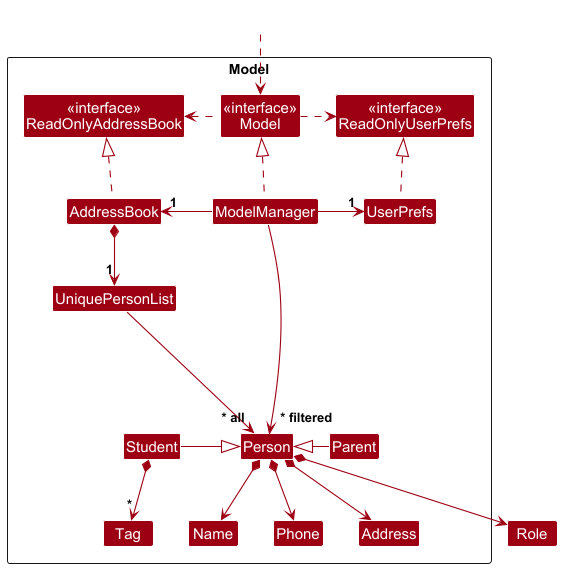
Earlier version of the PlantUML export docs/images/ModelClassDiagram.png (tgonet/tp).
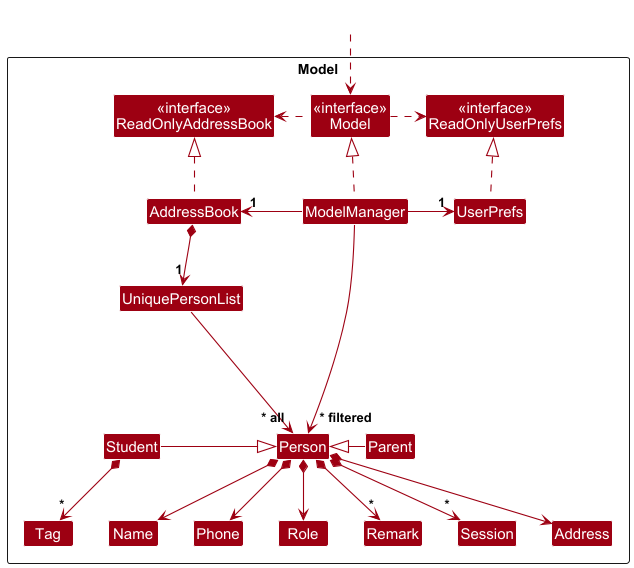
The same file after the commit.

Diff of the diagram source:
```diff
@@ -19,7 +19,10 @@
 Class Address
 Class Name
 Class Phone
+Class Role
 Class Tag
+Class Remark
+Class Session
 
 Class I #FFFFFF
 }
@@ -45,6 +48,8 @@
 Person *--> Phone
 Person *--> Address
 Person *--> Role
+Person *--> "*" Remark
+Person *--> "*" Session
 Student *--> "*" Tag
 
 Person -[hidden]up--> I
```
